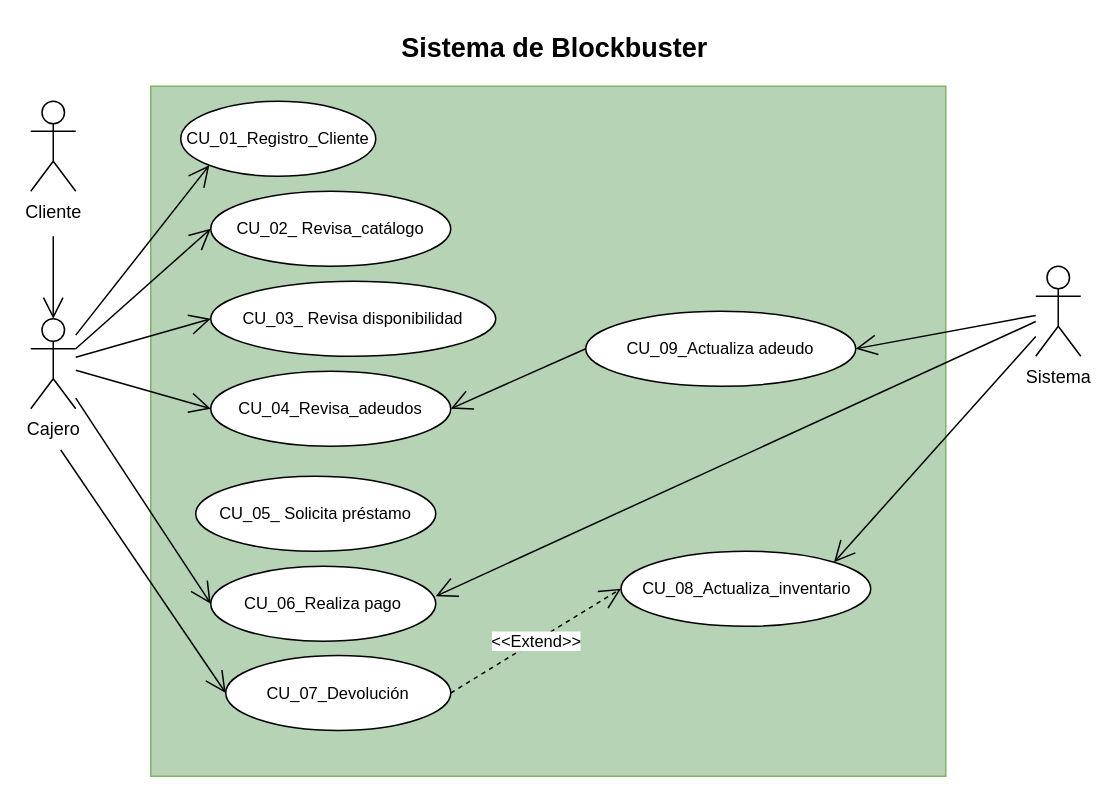
andreamorenom/Laboratorio-Empresarial keeps this draw.io diagram as Casos de uso Blockbuster.drawio. Above is the earlier version. Source tidied: cells renumbered, new cells numbered last; positions are measured from the earlier drawing's top-left corner, leaving out a move shared by most shapes. Both pictures are drawn from the tidied source at 150%, with x=0, y=0 at pixel (30, 26).
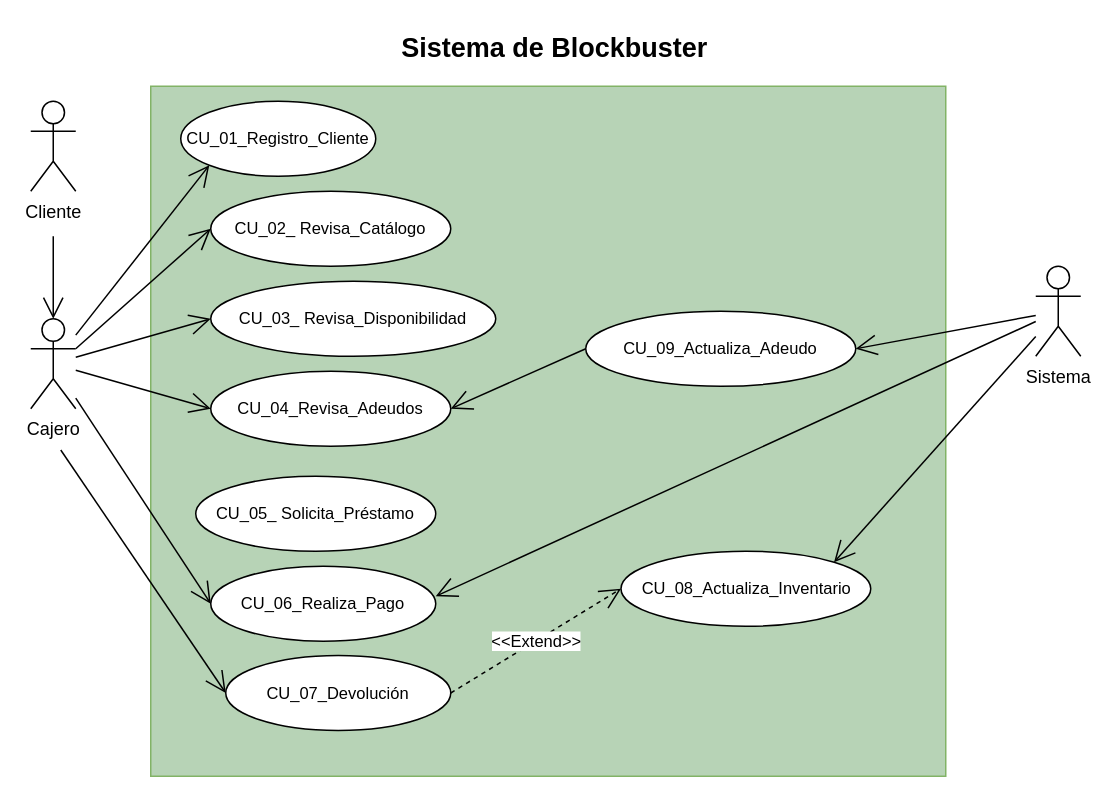
After the change.

The edit, as a diff of the source:
```diff
@@
-    <mxCell id="5" value="&lt;font style=&quot;font-size: 11px;&quot;&gt;CU_02_ Revisa_catálogo&lt;/font&gt;" style="ellipse;whiteSpace=wrap;html=1;" parent="1" vertex="1">
+    <mxCell id="5" value="&lt;font style=&quot;font-size: 11px;&quot;&gt;CU_02_ Revisa_Catálogo&lt;/font&gt;" style="ellipse;whiteSpace=wrap;html=1;" parent="1" vertex="1">
       <mxGeometry x="120" y="110" width="160" height="50" as="geometry" />
     </mxCell>
-    <mxCell id="6" value="&lt;font style=&quot;font-size: 11px;&quot;&gt;CU_03_ Revisa disponibilidad&lt;/font&gt;" style="ellipse;whiteSpace=wrap;html=1;" parent="1" vertex="1">
+    <mxCell id="6" value="&lt;font style=&quot;font-size: 11px;&quot;&gt;CU_03_ Revisa_Disponibilidad&lt;/font&gt;" style="ellipse;whiteSpace=wrap;html=1;" parent="1" vertex="1">
       <mxGeometry x="120" y="170" width="190" height="50" as="geometry" />
     </mxCell>
@@
-    <mxCell id="8" value="&lt;font style=&quot;font-size: 11px;&quot;&gt;CU_05_ Solicita préstamo&lt;/font&gt;" style="ellipse;whiteSpace=wrap;html=1;" parent="1" vertex="1">
+    <mxCell id="8" value="&lt;font style=&quot;font-size: 11px;&quot;&gt;CU_05_ Solicita_Préstamo&lt;/font&gt;" style="ellipse;whiteSpace=wrap;html=1;" parent="1" vertex="1">
       <mxGeometry x="110" y="300" width="160" height="50" as="geometry" />
     </mxCell>
-    <mxCell id="9" value="&lt;font style=&quot;font-size: 11px;&quot;&gt;CU_04_Revisa_adeudos&lt;/font&gt;" style="ellipse;whiteSpace=wrap;html=1;" parent="1" vertex="1">
+    <mxCell id="9" value="&lt;font style=&quot;font-size: 11px;&quot;&gt;CU_04_Revisa_Adeudos&lt;/font&gt;" style="ellipse;whiteSpace=wrap;html=1;" parent="1" vertex="1">
       <mxGeometry x="120" y="230" width="160" height="50" as="geometry" />
     </mxCell>
-    <mxCell id="10" value="&lt;font style=&quot;font-size: 11px;&quot;&gt;CU_06_Realiza pago&lt;/font&gt;" style="ellipse;whiteSpace=wrap;html=1;" parent="1" vertex="1">
+    <mxCell id="10" value="&lt;font style=&quot;font-size: 11px;&quot;&gt;CU_06_Realiza_Pago&lt;/font&gt;" style="ellipse;whiteSpace=wrap;html=1;" parent="1" vertex="1">
       <mxGeometry x="120" y="360" width="150" height="50" as="geometry" />
     </mxCell>
@@
-    <mxCell id="12" value="&lt;font style=&quot;font-size: 11px;&quot;&gt;CU_09_Actualiza adeudo&lt;/font&gt;" style="ellipse;whiteSpace=wrap;html=1;" parent="1" vertex="1">
+    <mxCell id="12" value="&lt;font style=&quot;font-size: 11px;&quot;&gt;CU_09_Actualiza_Adeudo&lt;/font&gt;" style="ellipse;whiteSpace=wrap;html=1;" parent="1" vertex="1">
       <mxGeometry x="370" y="190" width="180" height="50" as="geometry" />
     </mxCell>
-    <mxCell id="13" value="&lt;font style=&quot;font-size: 11px;&quot;&gt;CU_08_Actualiza_inventario&lt;/font&gt;" style="ellipse;whiteSpace=wrap;html=1;" parent="1" vertex="1">
+    <mxCell id="13" value="&lt;font style=&quot;font-size: 11px;&quot;&gt;CU_08_Actualiza_Inventario&lt;/font&gt;" style="ellipse;whiteSpace=wrap;html=1;" parent="1" vertex="1">
       <mxGeometry x="393.5" y="350" width="166.5" height="50" as="geometry" />
     </mxCell>
```
